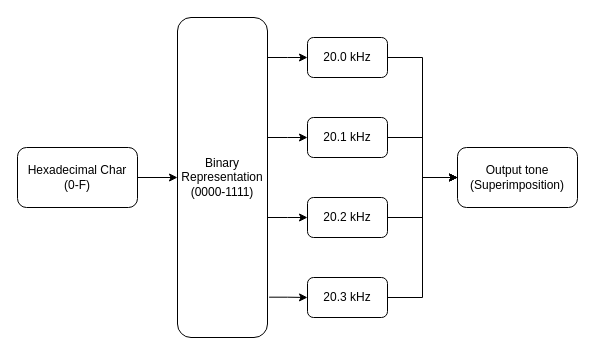
Earlier version of the draw.io diagram page "Page-1" (1 of 3) of Diagrams/Ultrasound generation algo.drawio (gerald-lnj/audio-fingerprinting-fyp). Source tidied: cells renumbered, new cells numbered last; positions are measured from the earlier drawing's top-left corner, leaving out a move shared by most shapes. Both pictures are drawn from the tidied source at 100%, with x=0, y=0 at pixel (17, 17).
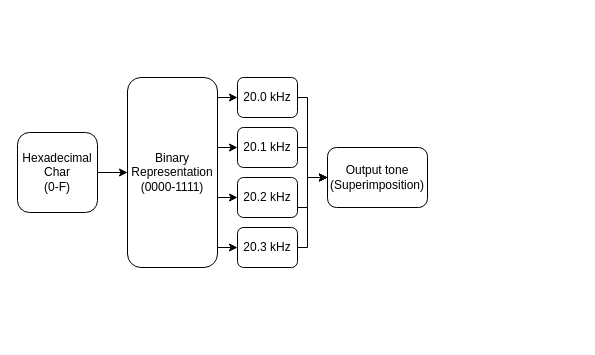
The same page after the edit.

Change to the diagram source:
```diff
@@
-    <mxCell id="2" style="edgeStyle=orthogonalEdgeStyle;rounded=0;jettySize=auto;html=1;" parent="1" edge="1" source="3" target="8">
+    <mxCell id="2" style="edgeStyle=orthogonalEdgeStyle;rounded=0;jettySize=auto;html=1;exitX=1;exitY=0.5;exitDx=0;exitDy=0;" parent="1" edge="1" source="3" target="8">
       <mxGeometry relative="1" as="geometry" />
     </mxCell>
     <mxCell id="3" value="Hexadecimal Char&lt;br&gt;(0-F)" style="rounded=1;whiteSpace=wrap;html=1;" parent="1" vertex="1">
-      <mxGeometry y="130" width="120" height="60" as="geometry" />
+      <mxGeometry y="115" width="80" height="80" as="geometry" />
     </mxCell>
-    <mxCell id="4" style="edgeStyle=orthogonalEdgeStyle;rounded=0;jettySize=auto;html=1;" parent="1" edge="1" source="8" target="10">
+    <mxCell id="4" style="edgeStyle=orthogonalEdgeStyle;rounded=0;jettySize=auto;html=1;entryX=0;entryY=0.5;entryDx=0;entryDy=0;" parent="1" edge="1" source="8" target="10">
       <mxGeometry relative="1" as="geometry">
         <Array as="points">
-          <mxPoint x="270" y="40" />
-          <mxPoint x="270" y="40" />
+          <mxPoint x="155" y="60" />
         </Array>
       </mxGeometry>
     </mxCell>
-    <mxCell id="5" style="edgeStyle=orthogonalEdgeStyle;rounded=0;jettySize=auto;html=1;" parent="1" edge="1" source="8" target="12">
+    <mxCell id="5" style="edgeStyle=orthogonalEdgeStyle;rounded=0;jettySize=auto;html=1;entryX=0;entryY=0.5;entryDx=0;entryDy=0;" parent="1" edge="1" source="8" target="12">
       <mxGeometry relative="1" as="geometry">
         <Array as="points">
-          <mxPoint x="270" y="120" />
-          <mxPoint x="270" y="120" />
+          <mxPoint x="160" y="130" />
         </Array>
       </mxGeometry>
     </mxCell>
-    <mxCell id="6" style="edgeStyle=orthogonalEdgeStyle;rounded=0;jettySize=auto;html=1;" parent="1" edge="1" source="8" target="14">
+    <mxCell id="6" style="edgeStyle=orthogonalEdgeStyle;rounded=0;jettySize=auto;html=1;entryX=0;entryY=0.5;entryDx=0;entryDy=0;" parent="1" edge="1" source="8" target="14">
       <mxGeometry relative="1" as="geometry">
         <Array as="points">
-          <mxPoint x="270" y="200" />
-          <mxPoint x="270" y="200" />
+          <mxPoint x="155" y="190" />
         </Array>
       </mxGeometry>
     </mxCell>
-    <mxCell id="7" style="edgeStyle=orthogonalEdgeStyle;rounded=0;jettySize=auto;html=1;exitX=1.018;exitY=0.874;exitDx=0;exitDy=0;exitPerimeter=0;" parent="1" edge="1" source="8" target="16">
-      <mxGeometry relative="1" as="geometry" />
+    <mxCell id="7" style="edgeStyle=orthogonalEdgeStyle;rounded=0;jettySize=auto;html=1;entryX=0;entryY=0.5;entryDx=0;entryDy=0;" parent="1" edge="1" source="8" target="16">
+      <mxGeometry relative="1" as="geometry">
+        <Array as="points">
+          <mxPoint x="160" y="230" />
+        </Array>
+      </mxGeometry>
     </mxCell>
     <mxCell id="8" value="Binary Representation&lt;br&gt;(0000-1111)" style="rounded=1;whiteSpace=wrap;html=1;" parent="1" vertex="1">
-      <mxGeometry x="160" width="90" height="320" as="geometry" />
+      <mxGeometry x="110" y="60" width="90" height="190" as="geometry" />
     </mxCell>
-    <mxCell id="9" style="edgeStyle=orthogonalEdgeStyle;rounded=0;jettySize=auto;html=1;entryX=0;entryY=0.5;entryDx=0;entryDy=0;" parent="1" edge="1" source="10" target="17">
-      <mxGeometry relative="1" as="geometry" />
+    <mxCell id="9" style="edgeStyle=orthogonalEdgeStyle;rounded=0;jettySize=auto;html=1;entryX=0;entryY=0.5;entryDx=0;entryDy=0;exitX=1;exitY=0.5;exitDx=0;exitDy=0;" parent="1" edge="1" source="10" target="17">
+      <mxGeometry relative="1" as="geometry">
+        <Array as="points">
+          <mxPoint x="290" y="80" />
+          <mxPoint x="290" y="160" />
+        </Array>
+      </mxGeometry>
     </mxCell>
     <mxCell id="10" value="20.0 kHz" style="rounded=1;whiteSpace=wrap;html=1;" parent="1" vertex="1">
-      <mxGeometry x="290" y="20" width="80" height="40" as="geometry" />
+      <mxGeometry x="220" y="60" width="60" height="40" as="geometry" />
     </mxCell>
     <mxCell id="11" style="edgeStyle=orthogonalEdgeStyle;rounded=0;jettySize=auto;html=1;entryX=0;entryY=0.5;entryDx=0;entryDy=0;" parent="1" edge="1" source="12" target="17">
-      <mxGeometry relative="1" as="geometry" />
+      <mxGeometry relative="1" as="geometry">
+        <Array as="points">
+          <mxPoint x="290" y="130" />
+          <mxPoint x="290" y="160" />
+        </Array>
+      </mxGeometry>
     </mxCell>
     <mxCell id="12" value="20.1 kHz" style="rounded=1;whiteSpace=wrap;html=1;" parent="1" vertex="1">
-      <mxGeometry x="290" y="100" width="80" height="40" as="geometry" />
+      <mxGeometry x="220" y="110" width="60" height="40" as="geometry" />
     </mxCell>
     <mxCell id="13" style="edgeStyle=orthogonalEdgeStyle;rounded=0;jettySize=auto;html=1;entryX=0;entryY=0.5;entryDx=0;entryDy=0;" parent="1" edge="1" source="14" target="17">
-      <mxGeometry relative="1" as="geometry" />
+      <mxGeometry relative="1" as="geometry">
+        <Array as="points">
+          <mxPoint x="290" y="190" />
+          <mxPoint x="290" y="160" />
+        </Array>
+      </mxGeometry>
     </mxCell>
     <mxCell id="14" value="20.2 kHz" style="rounded=1;whiteSpace=wrap;html=1;" parent="1" vertex="1">
-      <mxGeometry x="290" y="180" width="80" height="40" as="geometry" />
+      <mxGeometry x="220" y="160" width="60" height="40" as="geometry" />
     </mxCell>
     <mxCell id="15" style="edgeStyle=orthogonalEdgeStyle;rounded=0;jettySize=auto;html=1;entryX=0;entryY=0.5;entryDx=0;entryDy=0;" parent="1" edge="1" source="16" target="17">
-      <mxGeometry relative="1" as="geometry" />
+      <mxGeometry relative="1" as="geometry">
+        <Array as="points">
+          <mxPoint x="290" y="230" />
+          <mxPoint x="290" y="160" />
+        </Array>
+      </mxGeometry>
     </mxCell>
     <mxCell id="16" value="20.3 kHz" style="rounded=1;whiteSpace=wrap;html=1;" parent="1" vertex="1">
-      <mxGeometry x="290" y="260" width="80" height="40" as="geometry" />
+      <mxGeometry x="220" y="210" width="60" height="40" as="geometry" />
     </mxCell>
     <mxCell id="17" value="Output tone&lt;br&gt;(Superimposition)" style="rounded=1;whiteSpace=wrap;html=1;" parent="1" vertex="1">
-      <mxGeometry x="440" y="130" width="120" height="60" as="geometry" />
+      <mxGeometry x="310" y="130" width="100" height="60" as="geometry" />
     </mxCell>
```
